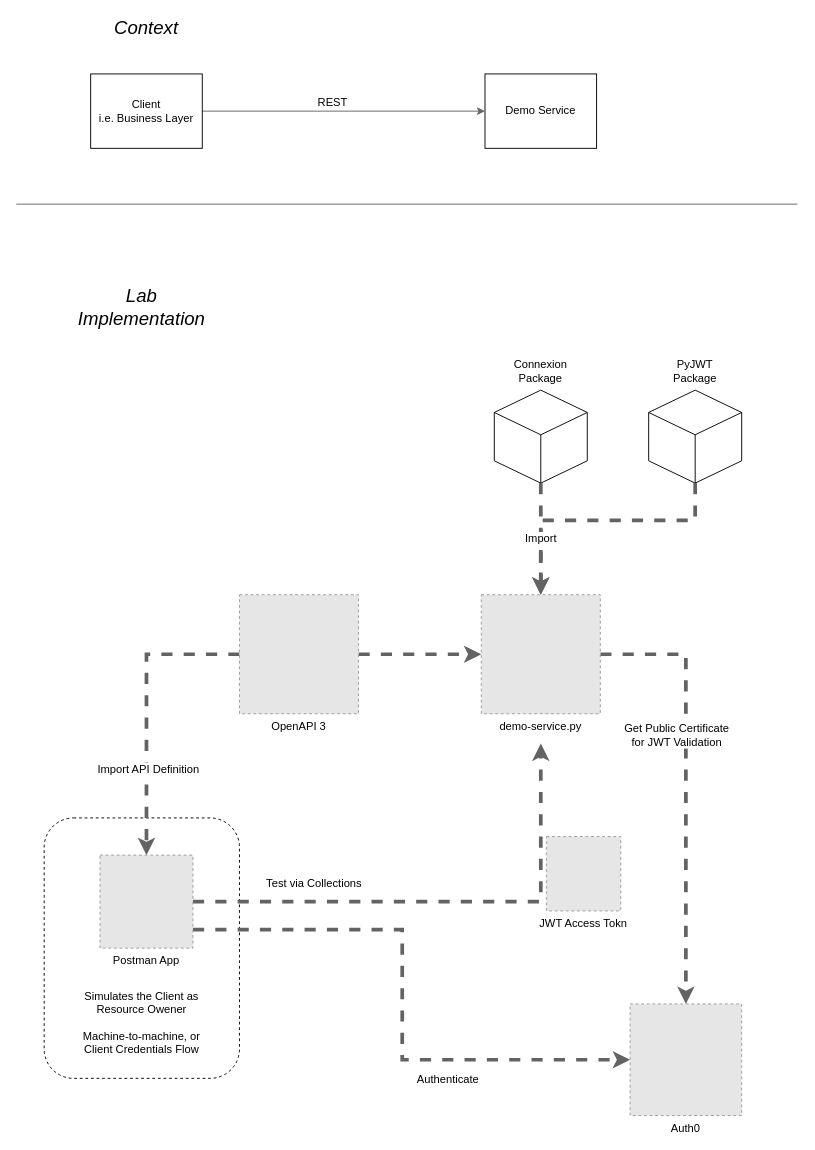
Earlier version of the draw.io diagram basic_design.drawio (nicc777/learning-postman). Source tidied: cells renumbered, new cells numbered last; positions are measured from the earlier drawing's top-left corner, leaving out a move shared by most shapes. Both pictures are drawn from the tidied source at 93%, with x=0, y=0 at pixel (16, 18). Pictures stored in the file or linked from it are replaced by grey dashed boxes.
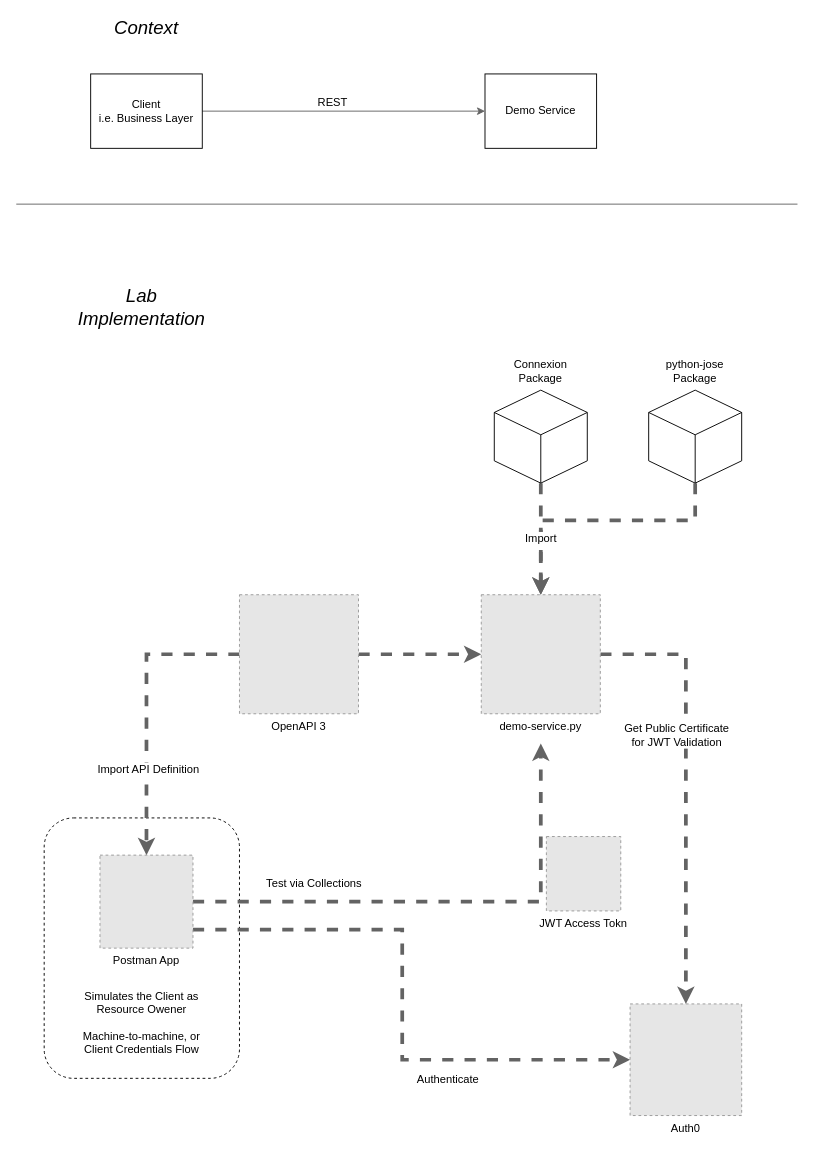
Above is the later version.

Commit message (it also covers changes not shown here):
Updated Pytyhon package references

Change to the diagram source:
```diff
@@
-    <mxCell id="22" value="PyJWT&lt;br&gt;Package" style="text;html=1;strokeColor=none;fillColor=none;align=center;verticalAlign=middle;whiteSpace=wrap;rounded=0;labelBackgroundColor=#ffffff;fontSize=12;" parent="1" vertex="1">
-      <mxGeometry x="710" y="370" width="40" height="20" as="geometry" />
+    <mxCell id="22" value="python-jose&lt;br&gt;Package" style="text;html=1;strokeColor=none;fillColor=none;align=center;verticalAlign=middle;whiteSpace=wrap;rounded=0;labelBackgroundColor=#ffffff;fontSize=12;" parent="1" vertex="1">
+      <mxGeometry x="690" y="370" width="80" height="20" as="geometry" />
     </mxCell>
```
